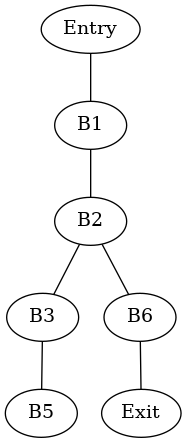
Above: control_flow/analysis/examples/test06_001_domtree.png in aprell/compiler-potpourri (Graphviz), before the change. Its source is kept beside it as control_flow/analysis/examples/test06_001_domtree.dot.
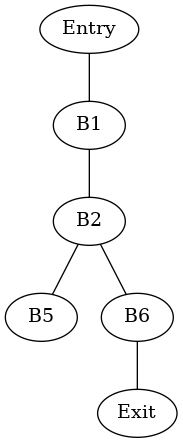
After the commit.

The edit, as a diff of the source:
```diff
@@ -1,8 +1,7 @@
 graph DominatorTree {
     Entry -- B1;
     B1 -- B2;
-    B2 -- B3;
+    B2 -- B5;
     B2 -- B6;
-    B3 -- B5;
     B6 -- Exit;
 }
```
